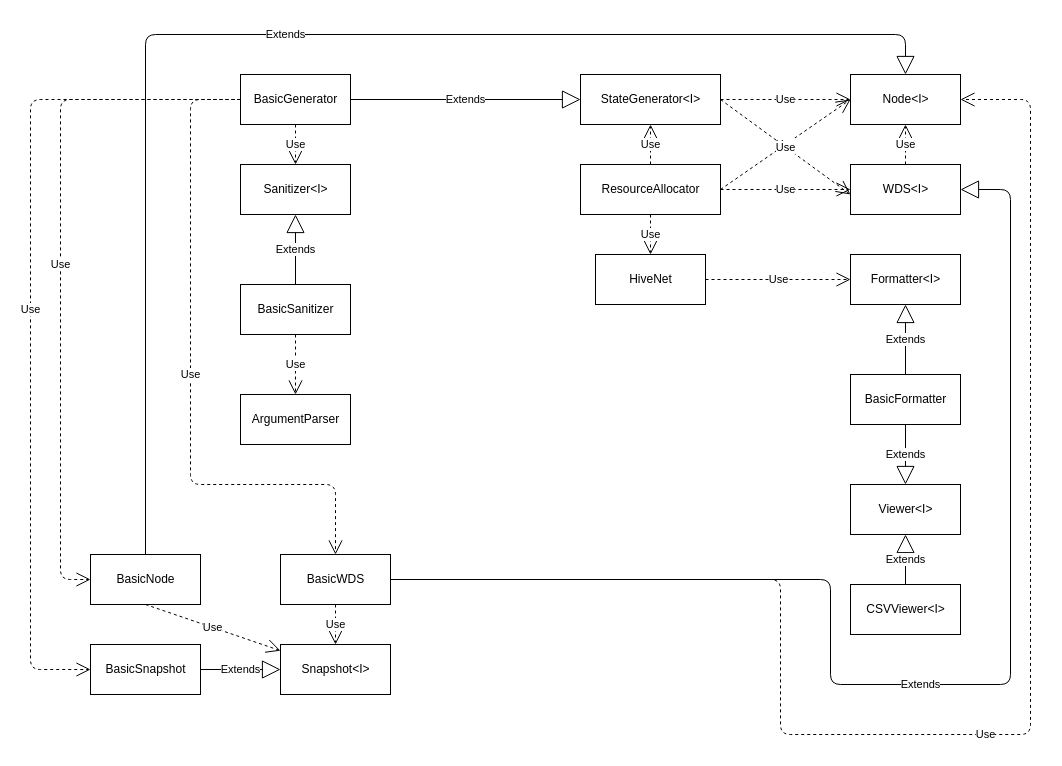
Earlier version of the draw.io diagram specs/ClassDiagram.drawio (arstevens/hive-sim). Source tidied: cells renumbered, new cells numbered last; positions are measured from the earlier drawing's top-left corner, leaving out a move shared by most shapes. Both pictures are drawn from the tidied source at 100%, with x=0, y=0 at pixel (30, 34).
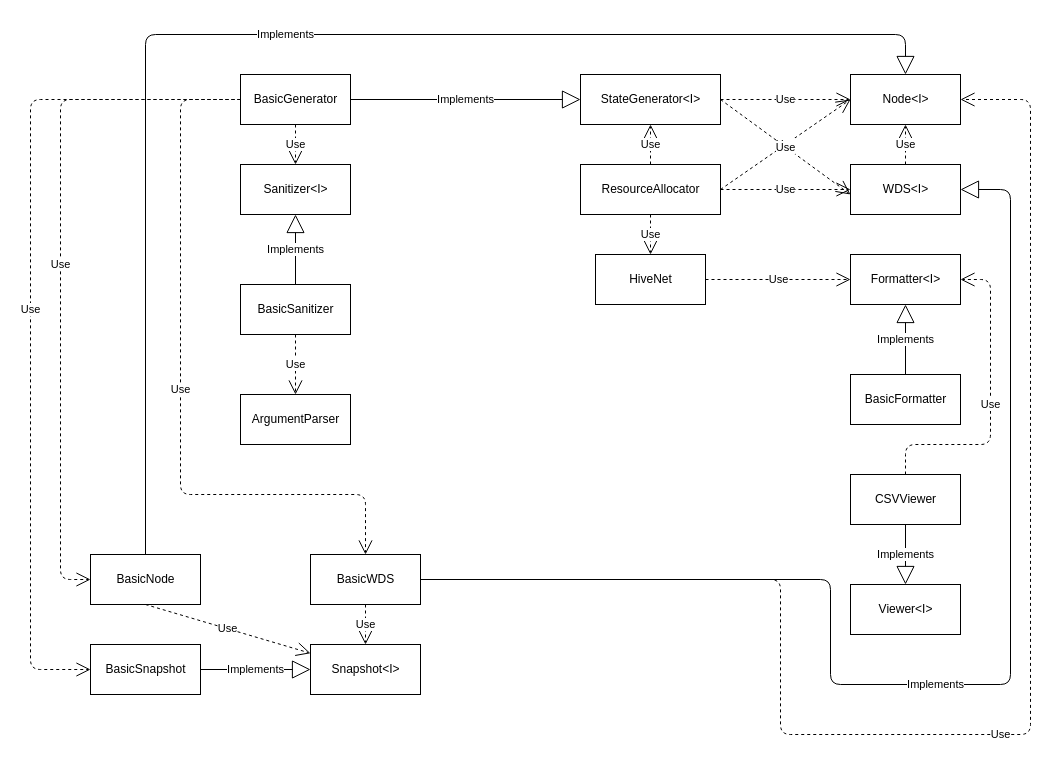
The same diagram, later.

The change refers to these unchanged cells:
```xml
<mxCell id="2" value="Sanitizer&amp;lt;I&amp;gt;" style="html=1;" parent="1" vertex="1">
  <mxGeometry x="210" y="130" width="110" height="50" as="geometry" />
</mxCell>
<mxCell id="3" value="BasicGenerator" style="html=1;" parent="1" vertex="1">
  <mxGeometry x="210" y="40" width="110" height="50" as="geometry" />
</mxCell>
<mxCell id="5" value="BasicSanitizer" style="html=1;" parent="1" vertex="1">
  <mxGeometry x="210" y="250" width="110" height="50" as="geometry" />
</mxCell>
<mxCell id="6" value="StateGenerator&amp;lt;I&amp;gt;" style="html=1;" parent="1" vertex="1">
  <mxGeometry x="550" y="40" width="140" height="50" as="geometry" />
</mxCell>
<mxCell id="9" value="WDS&amp;lt;I&amp;gt;" style="html=1;" parent="1" vertex="1">
  <mxGeometry x="820" y="130" width="110" height="50" as="geometry" />
</mxCell>
<mxCell id="10" value="Node&amp;lt;I&amp;gt;" style="html=1;" parent="1" vertex="1">
  <mxGeometry x="820" y="40" width="110" height="50" as="geometry" />
</mxCell>
<mxCell id="11" value="BasicFormatter" style="html=1;" parent="1" vertex="1">
  <mxGeometry x="820" y="340" width="110" height="50" as="geometry" />
</mxCell>
<mxCell id="12" value="Formatter&amp;lt;I&amp;gt;" style="html=1;" parent="1" vertex="1">
  <mxGeometry x="820" y="220" width="110" height="50" as="geometry" />
</mxCell>
<mxCell id="16" value="BasicSnapshot" style="html=1;" parent="1" vertex="1">
  <mxGeometry x="60" y="610" width="110" height="50" as="geometry" />
</mxCell>
<mxCell id="18" value="BasicNode" style="html=1;" parent="1" vertex="1">
  <mxGeometry x="60" y="520" width="110" height="50" as="geometry" />
</mxCell>
```

What changed in the source:
```diff
@@
-    <mxCell id="13" value="CSVViewer&amp;lt;I&amp;gt;" style="html=1;" parent="1" vertex="1">
-      <mxGeometry x="820" y="550" width="110" height="50" as="geometry" />
+    <mxCell id="13" value="CSVViewer" style="html=1;" parent="1" vertex="1">
+      <mxGeometry x="820" y="440" width="110" height="50" as="geometry" />
     </mxCell>
     <mxCell id="14" value="Viewer&amp;lt;I&amp;gt;" style="html=1;" parent="1" vertex="1">
-      <mxGeometry x="820" y="450" width="110" height="50" as="geometry" />
+      <mxGeometry x="820" y="550" width="110" height="50" as="geometry" />
     </mxCell>
     <mxCell id="15" value="Snapshot&amp;lt;I&amp;gt;" style="html=1;" parent="1" vertex="1">
-      <mxGeometry x="250" y="610" width="110" height="50" as="geometry" />
+      <mxGeometry x="280" y="610" width="110" height="50" as="geometry" />
     </mxCell>
@@
     <mxCell id="17" value="BasicWDS" style="html=1;" parent="1" vertex="1">
-      <mxGeometry x="250" y="520" width="110" height="50" as="geometry" />
+      <mxGeometry x="280" y="520" width="110" height="50" as="geometry" />
     </mxCell>
@@
-    <mxCell id="19" value="Extends" style="endArrow=block;endSize=16;endFill=0;html=1;exitX=1;exitY=0.5;exitDx=0;exitDy=0;entryX=0;entryY=0.5;entryDx=0;entryDy=0;" parent="1" edge="1" source="3" target="6">
+    <mxCell id="19" value="&lt;div&gt;Implements&lt;/div&gt;" style="endArrow=block;endSize=16;endFill=0;html=1;exitX=1;exitY=0.5;exitDx=0;exitDy=0;entryX=0;entryY=0.5;entryDx=0;entryDy=0;" parent="1" edge="1" source="3" target="6">
       <mxGeometry relative="1" as="geometry" />
     </mxCell>
@@
-    <mxCell id="21" value="Extends" style="endArrow=block;endSize=16;endFill=0;html=1;exitX=0.5;exitY=0;exitDx=0;exitDy=0;entryX=0.5;entryY=1;entryDx=0;entryDy=0;" parent="1" edge="1" source="5" target="2">
+    <mxCell id="21" value="&lt;div&gt;Implements&lt;/div&gt;" style="endArrow=block;endSize=16;endFill=0;html=1;exitX=0.5;exitY=0;exitDx=0;exitDy=0;entryX=0.5;entryY=1;entryDx=0;entryDy=0;" parent="1" edge="1" source="5" target="2">
       <mxGeometry relative="1" as="geometry" />
     </mxCell>
@@
-    <mxCell id="30" value="Extends" style="endArrow=block;endSize=16;endFill=0;html=1;exitX=0.5;exitY=0;exitDx=0;exitDy=0;entryX=0.5;entryY=1;entryDx=0;entryDy=0;" parent="1" edge="1" source="11" target="12">
+    <mxCell id="30" value="&lt;div&gt;Implements&lt;/div&gt;" style="endArrow=block;endSize=16;endFill=0;html=1;exitX=0.5;exitY=0;exitDx=0;exitDy=0;entryX=0.5;entryY=1;entryDx=0;entryDy=0;" parent="1" edge="1" source="11" target="12">
       <mxGeometry relative="1" as="geometry" />
     </mxCell>
-    <mxCell id="31" value="Extends" style="endArrow=block;endSize=16;endFill=0;html=1;exitX=0.5;exitY=1;exitDx=0;exitDy=0;" parent="1" edge="1" source="11" target="14">
-      <mxGeometry relative="1" as="geometry" />
-    </mxCell>
-    <mxCell id="32" value="Extends" style="endArrow=block;endSize=16;endFill=0;html=1;exitX=0.5;exitY=0;exitDx=0;exitDy=0;entryX=0.5;entryY=1;entryDx=0;entryDy=0;" parent="1" edge="1" source="13" target="14">
-      <mxGeometry relative="1" as="geometry" />
-    </mxCell>
-    <mxCell id="33" value="Extends" style="endArrow=block;endSize=16;endFill=0;html=1;exitX=1;exitY=0.5;exitDx=0;exitDy=0;entryX=0;entryY=0.5;entryDx=0;entryDy=0;" parent="1" edge="1" source="16" target="15">
+    <mxCell id="33" value="&lt;div&gt;Implements&lt;/div&gt;" style="endArrow=block;endSize=16;endFill=0;html=1;exitX=1;exitY=0.5;exitDx=0;exitDy=0;entryX=0;entryY=0.5;entryDx=0;entryDy=0;" parent="1" edge="1" source="16" target="15">
       <mxGeometry relative="1" as="geometry" />
     </mxCell>
@@
-    <mxCell id="38" value="Use" style="endArrow=open;endSize=12;dashed=1;html=1;exitX=0;exitY=0.5;exitDx=0;exitDy=0;entryX=0.5;entryY=0;entryDx=0;entryDy=0;edgeStyle=orthogonalEdgeStyle;" parent="1" edge="1" source="3" target="17">
-      <mxGeometry relative="1" as="geometry">
-        <Array as="points">
-          <mxPoint x="160" y="65" />
-          <mxPoint x="160" y="450" />
-          <mxPoint x="305" y="450" />
-        </Array>
-      </mxGeometry>
-    </mxCell>
@@
-    <mxCell id="40" value="Extends" style="endArrow=block;endSize=16;endFill=0;html=1;exitX=0.5;exitY=0;exitDx=0;exitDy=0;entryX=0.5;entryY=0;entryDx=0;entryDy=0;edgeStyle=orthogonalEdgeStyle;" parent="1" edge="1" source="18" target="10">
+    <mxCell id="40" value="&lt;div&gt;Implements&lt;/div&gt;" style="endArrow=block;endSize=16;endFill=0;html=1;exitX=0.5;exitY=0;exitDx=0;exitDy=0;entryX=0.5;entryY=0;entryDx=0;entryDy=0;edgeStyle=orthogonalEdgeStyle;" parent="1" edge="1" source="18" target="10">
       <mxGeometry relative="1" as="geometry">
         <Array as="points">
           <mxPoint x="115" />
           <mxPoint x="875" />
         </Array>
       </mxGeometry>
     </mxCell>
-    <mxCell id="41" value="Extends" style="endArrow=block;endSize=16;endFill=0;html=1;exitX=1;exitY=0.5;exitDx=0;exitDy=0;entryX=1;entryY=0.5;entryDx=0;entryDy=0;edgeStyle=orthogonalEdgeStyle;" parent="1" edge="1" source="17" target="9">
+    <mxCell id="41" value="&lt;div&gt;Implements&lt;/div&gt;" style="endArrow=block;endSize=16;endFill=0;html=1;exitX=1;exitY=0.5;exitDx=0;exitDy=0;entryX=1;entryY=0.5;entryDx=0;entryDy=0;edgeStyle=orthogonalEdgeStyle;" parent="1" edge="1" source="17" target="9">
       <mxGeometry relative="1" as="geometry">
         <Array as="points">
           <mxPoint x="800" y="545" />
           <mxPoint x="800" y="650" />
           <mxPoint x="980" y="650" />
           <mxPoint x="980" y="155" />
         </Array>
       </mxGeometry>
     </mxCell>
@@
+    <mxCell id="43" value="Use" style="endArrow=open;endSize=12;dashed=1;html=1;exitX=0.5;exitY=0;exitDx=0;exitDy=0;entryX=1;entryY=0.5;entryDx=0;entryDy=0;edgeStyle=orthogonalEdgeStyle;" parent="1" edge="1" source="13" target="12">
+      <mxGeometry relative="1" as="geometry">
+        <Array as="points">
+          <mxPoint x="875" y="410" />
+          <mxPoint x="960" y="410" />
+          <mxPoint x="960" y="245" />
+        </Array>
+      </mxGeometry>
+    </mxCell>
+    <mxCell id="32" value="&lt;div&gt;Implements&lt;/div&gt;" style="endArrow=block;endSize=16;endFill=0;html=1;exitX=0.5;exitY=1;exitDx=0;exitDy=0;entryX=0.5;entryY=0;entryDx=0;entryDy=0;" parent="1" edge="1" source="13" target="14">
+      <mxGeometry relative="1" as="geometry" />
+    </mxCell>
+    <mxCell id="38" value="Use" style="endArrow=open;endSize=12;dashed=1;html=1;exitX=0;exitY=0.5;exitDx=0;exitDy=0;entryX=0.5;entryY=0;entryDx=0;entryDy=0;edgeStyle=orthogonalEdgeStyle;" parent="1" edge="1" source="3" target="17">
+      <mxGeometry relative="1" as="geometry">
+        <Array as="points">
+          <mxPoint x="150" y="65" />
+          <mxPoint x="150" y="460" />
+          <mxPoint x="335" y="460" />
+        </Array>
+      </mxGeometry>
+    </mxCell>
```
